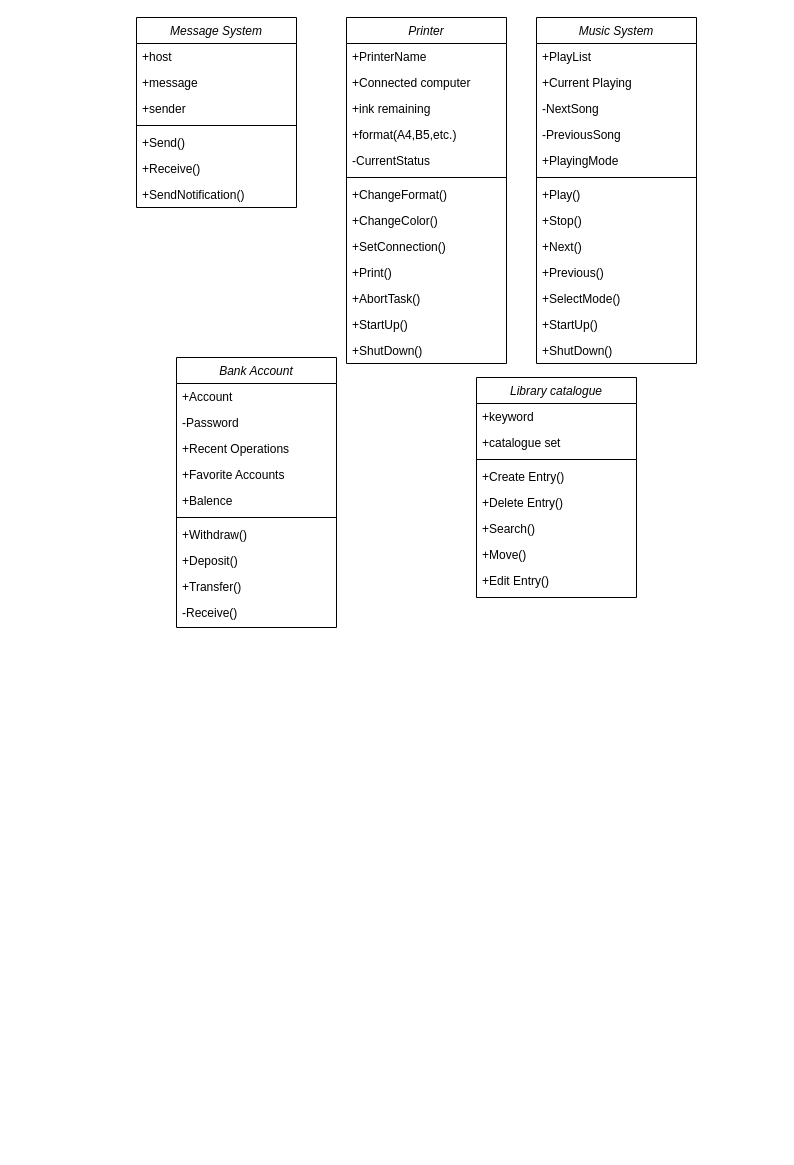
Above: SE hw7.3.drawio in b10815061/VRRA (draw.io), before the change. Source tidied: cells renumbered, new cells numbered last; positions are measured from the earlier drawing's top-left corner, leaving out a move shared by most shapes. Both pictures are drawn from the tidied source at 100%, with x=0, y=0 at pixel (136, 17).
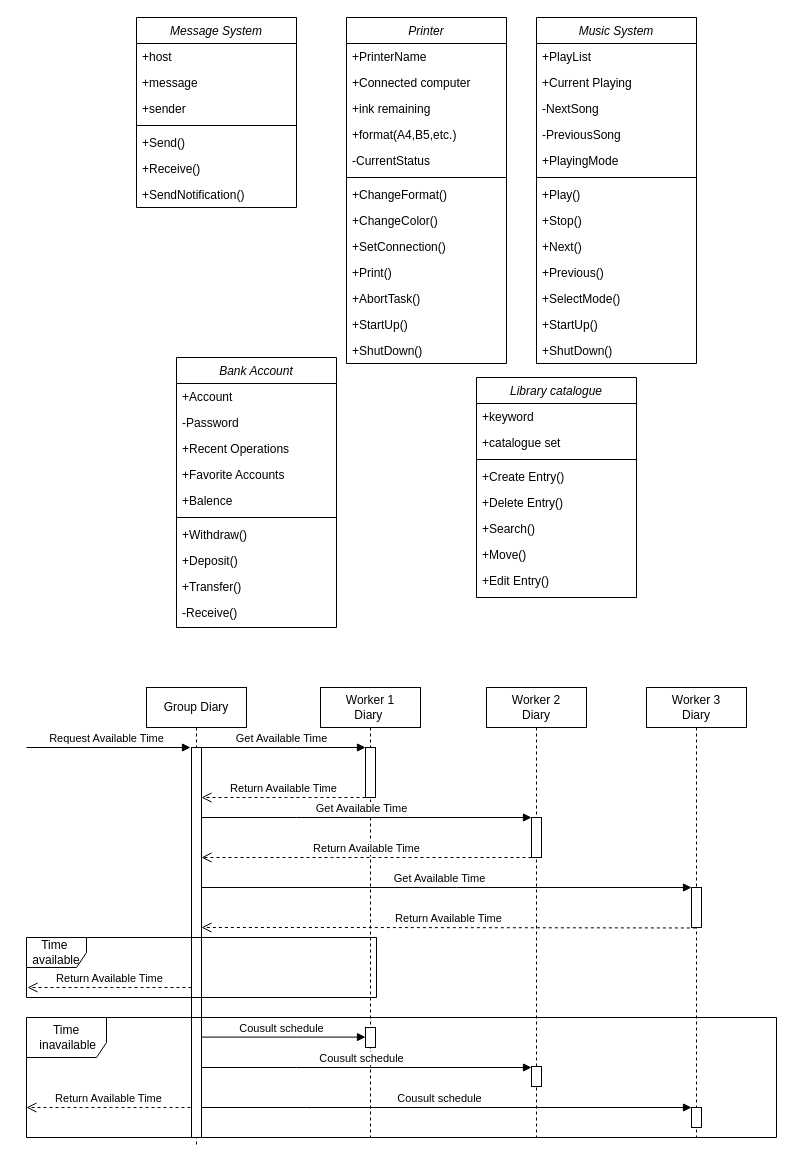
The same page after the edit.

The edit, as a diff of the source:
```diff
@@
+    <mxCell id="58" value="Group Diary" style="shape=umlLifeline;perimeter=lifelinePerimeter;whiteSpace=wrap;html=1;" parent="1" vertex="1">
+      <mxGeometry x="10" y="670" width="100" height="460" as="geometry" />
+    </mxCell>
+    <mxCell id="59" style="html=1;points=[];perimeter=orthogonalPerimeter;" parent="58" vertex="1">
+      <mxGeometry x="45" y="60" width="10" height="390" as="geometry" />
+    </mxCell>
+    <mxCell id="60" value="Time&amp;nbsp;&lt;br&gt;available" style="shape=umlFrame;whiteSpace=wrap;html=1;" parent="58" vertex="1">
+      <mxGeometry x="-120" y="250" width="350" height="60" as="geometry" />
+    </mxCell>
+    <mxCell id="61" value="Return Available Time" style="html=1;verticalAlign=bottom;endArrow=open;dashed=1;endSize=8;rounded=0;" parent="58" edge="1">
+      <mxGeometry relative="1" as="geometry">
+        <mxPoint x="45" y="300" as="sourcePoint" />
+        <mxPoint x="-119" y="300" as="targetPoint" />
+        <Array as="points">
+          <mxPoint x="-34" y="300" />
+        </Array>
+      </mxGeometry>
+    </mxCell>
+    <mxCell id="62" value="Worker 1&lt;br&gt;Diary&amp;nbsp;" style="shape=umlLifeline;perimeter=lifelinePerimeter;whiteSpace=wrap;html=1;" parent="1" vertex="1">
+      <mxGeometry x="184" y="670" width="100" height="450" as="geometry" />
+    </mxCell>
+    <mxCell id="63" style="html=1;points=[];perimeter=orthogonalPerimeter;" parent="62" vertex="1">
+      <mxGeometry x="45" y="60" width="10" height="50" as="geometry" />
+    </mxCell>
+    <mxCell id="64" value="Worker 2&lt;br&gt;Diary" style="shape=umlLifeline;perimeter=lifelinePerimeter;whiteSpace=wrap;html=1;" parent="1" vertex="1">
+      <mxGeometry x="350" y="670" width="100" height="450" as="geometry" />
+    </mxCell>
+    <mxCell id="65" style="html=1;points=[];perimeter=orthogonalPerimeter;" parent="64" vertex="1">
+      <mxGeometry x="45" y="130" width="10" height="40" as="geometry" />
+    </mxCell>
+    <mxCell id="66" value="Worker 3&lt;br&gt;Diary" style="shape=umlLifeline;perimeter=lifelinePerimeter;whiteSpace=wrap;html=1;" parent="1" vertex="1">
+      <mxGeometry x="510" y="670" width="100" height="450" as="geometry" />
+    </mxCell>
+    <mxCell id="67" style="html=1;points=[];perimeter=orthogonalPerimeter;" parent="66" vertex="1">
+      <mxGeometry x="45" y="200" width="10" height="40" as="geometry" />
+    </mxCell>
+    <mxCell id="68" value="Get Available Time" style="html=1;verticalAlign=bottom;endArrow=block;rounded=0;" parent="1" edge="1" source="59" target="63">
+      <mxGeometry x="-0.03" relative="1" as="geometry">
+        <Array as="points">
+          <mxPoint x="160" y="730" />
+        </Array>
+      </mxGeometry>
+    </mxCell>
+    <mxCell id="69" value="Return Available Time" style="html=1;verticalAlign=bottom;endArrow=open;dashed=1;endSize=8;rounded=0;" parent="1" edge="1" source="63" target="59">
+      <mxGeometry relative="1" as="geometry">
+        <Array as="points">
+          <mxPoint x="150" y="780" />
+        </Array>
+      </mxGeometry>
+    </mxCell>
+    <mxCell id="70" value="Get Available Time" style="html=1;verticalAlign=bottom;endArrow=block;rounded=0;" parent="1" edge="1" source="59" target="65">
+      <mxGeometry x="-0.03" relative="1" as="geometry">
+        <Array as="points">
+          <mxPoint x="160" y="800" />
+        </Array>
+      </mxGeometry>
+    </mxCell>
+    <mxCell id="71" value="Return Available Time" style="html=1;verticalAlign=bottom;endArrow=open;dashed=1;endSize=8;rounded=0;" parent="1" edge="1" source="65" target="59">
+      <mxGeometry relative="1" as="geometry">
+        <Array as="points">
+          <mxPoint x="195" y="840" />
+        </Array>
+      </mxGeometry>
+    </mxCell>
+    <mxCell id="72" value="Get Available Time" style="html=1;verticalAlign=bottom;endArrow=block;rounded=0;" parent="1" edge="1" source="59" target="67">
+      <mxGeometry x="-0.03" relative="1" as="geometry">
+        <Array as="points">
+          <mxPoint x="320" y="870" />
+        </Array>
+      </mxGeometry>
+    </mxCell>
+    <mxCell id="73" value="Return Available Time" style="html=1;verticalAlign=bottom;endArrow=open;dashed=1;endSize=8;rounded=0;exitX=0.436;exitY=1.012;exitDx=0;exitDy=0;exitPerimeter=0;" parent="1" edge="1" source="67" target="59">
+      <mxGeometry relative="1" as="geometry">
+        <Array as="points">
+          <mxPoint x="205" y="910" />
+        </Array>
+      </mxGeometry>
+    </mxCell>
+    <mxCell id="74" value="Time&lt;br&gt;&amp;nbsp;inavailable" style="shape=umlFrame;whiteSpace=wrap;html=1;width=80;height=40;" parent="1" vertex="1">
+      <mxGeometry x="-110" y="1000" width="750" height="120" as="geometry" />
+    </mxCell>
+    <mxCell id="75" style="html=1;perimeter=orthogonalPerimeter;" parent="1" vertex="1">
+      <mxGeometry x="229" y="1010" width="10" height="20" as="geometry" />
+    </mxCell>
+    <mxCell id="76" style="html=1;points=[];perimeter=orthogonalPerimeter;" parent="1" vertex="1">
+      <mxGeometry x="395" y="1049" width="10" height="20" as="geometry" />
+    </mxCell>
+    <mxCell id="77" style="html=1;points=[];perimeter=orthogonalPerimeter;" parent="1" vertex="1">
+      <mxGeometry x="555" y="1090" width="10" height="20" as="geometry" />
+    </mxCell>
+    <mxCell id="78" value="Request Available Time" style="html=1;verticalAlign=bottom;endArrow=block;rounded=0;" parent="1" edge="1">
+      <mxGeometry x="-0.03" relative="1" as="geometry">
+        <mxPoint x="-110" y="730" as="sourcePoint" />
+        <mxPoint x="54" y="730" as="targetPoint" />
+        <Array as="points">
+          <mxPoint x="-15" y="730" />
+        </Array>
+      </mxGeometry>
+    </mxCell>
+    <mxCell id="79" value="Cousult schedule" style="html=1;verticalAlign=bottom;endArrow=block;rounded=0;" parent="1" edge="1">
+      <mxGeometry x="-0.03" relative="1" as="geometry">
+        <mxPoint x="65" y="1019.6" as="sourcePoint" />
+        <mxPoint x="229" y="1019.6" as="targetPoint" />
+        <Array as="points">
+          <mxPoint x="160" y="1019.6" />
+        </Array>
+      </mxGeometry>
+    </mxCell>
+    <mxCell id="80" value="Cousult schedule" style="html=1;verticalAlign=bottom;endArrow=block;rounded=0;" parent="1" edge="1" source="59" target="76">
+      <mxGeometry x="-0.03" relative="1" as="geometry">
+        <Array as="points">
+          <mxPoint x="160" y="1050" />
+        </Array>
+      </mxGeometry>
+    </mxCell>
+    <mxCell id="81" value="Cousult schedule" style="html=1;verticalAlign=bottom;endArrow=block;rounded=0;" parent="1" edge="1" source="59" target="77">
+      <mxGeometry x="-0.03" relative="1" as="geometry">
+        <Array as="points">
+          <mxPoint x="170" y="1090" />
+        </Array>
+      </mxGeometry>
+    </mxCell>
+    <mxCell id="82" value="Return Available Time" style="html=1;verticalAlign=bottom;endArrow=open;dashed=1;endSize=8;rounded=0;" parent="1" edge="1">
+      <mxGeometry relative="1" as="geometry">
+        <mxPoint x="54" y="1090" as="sourcePoint" />
+        <mxPoint x="-110" y="1090" as="targetPoint" />
+        <Array as="points">
+          <mxPoint x="-25" y="1090" />
+        </Array>
+      </mxGeometry>
+    </mxCell>
```
